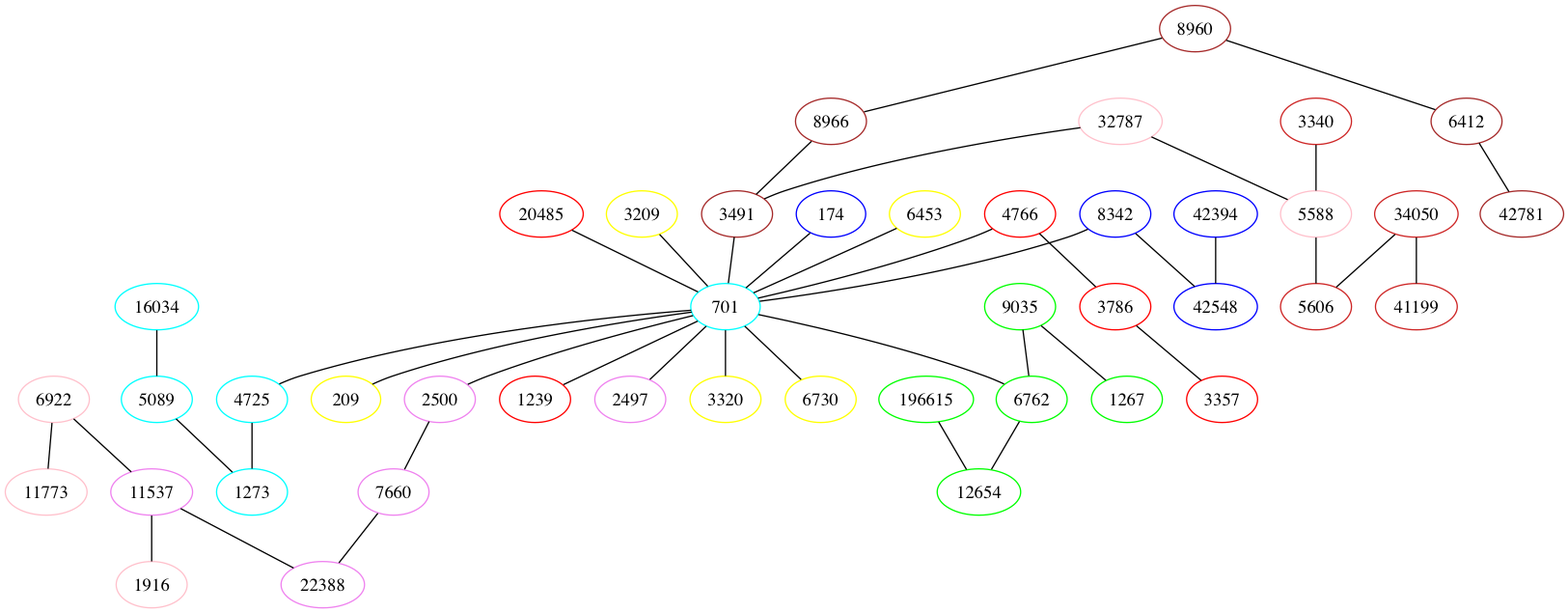
MiliasV/BSc-Thesis keeps this Graphviz diagram as step2/graph.png. Above is the earlier version. Its source is kept beside it as step2/graph.dot. Its diagram source:
```dot
strict graph G {
8960 [color=brown];
34050 [color=firebrick3];
20485 [color=red];
8966 [color=brown];
196615 [color=green];
3209 [color=yellow];
6922 [color=pink];
6412 [color=brown];
11537 [color=violet];
32787 [color=pink];
8342 [color=blue];
42394 [color=blue];
42781 [color=brown];
4766 [color=red];
16034 [color=cyan];
3491 [color=brown];
3786 [color=red];
174 [color=blue];
3357 [color=red];
42548 [color=blue];
6453 [color=yellow];
701 [color=cyan];
2497 [color=violet];
2500 [color=violet];
3340 [color=firebrick3];
6730 [color=yellow];
9035 [color=green];
209 [color=yellow];
5588 [color=pink];
1239 [color=red];
5089 [color=cyan];
5606 [color=firebrick3];
6762 [color=green];
7660 [color=violet];
12654 [color=green];
41199 [color=firebrick3];
1267 [color=green];
22388 [color=violet];
4725 [color=cyan];
3320 [color=yellow];
1273 [color=cyan];
1916 [color=pink];
11773 [color=pink];
8960 -- 6412;
8960 -- 8966;
34050 -- 5606;
34050 -- 41199;
20485 -- 701;
8966 -- 3491;
196615 -- 12654;
3209 -- 701;
6922 -- 11537;
6922 -- 11773;
6412 -- 42781;
11537 -- 1916;
11537 -- 22388;
32787 -- 3491;
32787 -- 5588;
8342 -- 42548;
8342 -- 701;
42394 -- 42548;
4766 -- 3786;
4766 -- 701;
16034 -- 5089;
3491 -- 701;
3786 -- 3357;
174 -- 701;
6453 -- 701;
701 -- 2497;
701 -- 2500;
701 -- 6730;
701 -- 209;
701 -- 1239;
701 -- 3320;
701 -- 6762;
701 -- 4725;
2500 -- 7660;
3340 -- 5588;
9035 -- 6762;
9035 -- 1267;
5588 -- 5606;
5089 -- 1273;
6762 -- 12654;
7660 -- 22388;
4725 -- 1273;
}
```
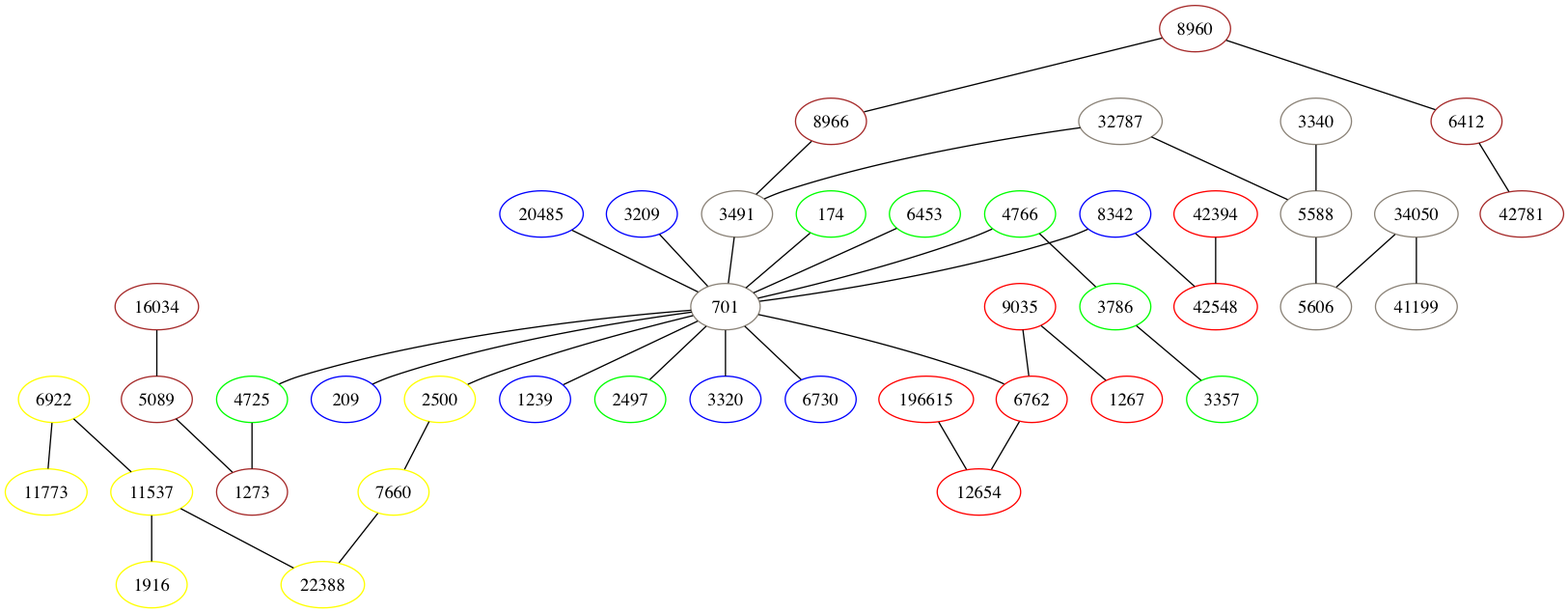
The same diagram one commit later.

What changed in the source:
```diff
@@ -1,47 +1,47 @@
 strict graph G {
 8960 [color=brown];
-34050 [color=firebrick3];
-20485 [color=red];
+34050 [color=antiquewhite4];
+20485 [color=blue];
 8966 [color=brown];
-196615 [color=green];
-3209 [color=yellow];
-6922 [color=pink];
+196615 [color=red];
+3209 [color=blue];
+6922 [color=yellow];
 6412 [color=brown];
-11537 [color=violet];
-32787 [color=pink];
+11537 [color=yellow];
+32787 [color=antiquewhite4];
 8342 [color=blue];
-42394 [color=blue];
+42394 [color=red];
 42781 [color=brown];
-4766 [color=red];
-16034 [color=cyan];
-3491 [color=brown];
-3786 [color=red];
-174 [color=blue];
-3357 [color=red];
-42548 [color=blue];
-6453 [color=yellow];
-701 [color=cyan];
-2497 [color=violet];
-2500 [color=violet];
-3340 [color=firebrick3];
-6730 [color=yellow];
-9035 [color=green];
-209 [color=yellow];
-5588 [color=pink];
-1239 [color=red];
-5089 [color=cyan];
-5606 [color=firebrick3];
-6762 [color=green];
-7660 [color=violet];
-12654 [color=green];
-41199 [color=firebrick3];
-1267 [color=green];
-22388 [color=violet];
-4725 [color=cyan];
-3320 [color=yellow];
-1273 [color=cyan];
-1916 [color=pink];
-11773 [color=pink];
+4766 [color=green];
+16034 [color=brown];
+3491 [color=antiquewhite4];
+3786 [color=green];
+174 [color=green];
+3357 [color=green];
+42548 [color=red];
+6453 [color=green];
+701 [color=antiquewhite4];
+2497 [color=green];
+2500 [color=yellow];
+3340 [color=antiquewhite4];
+6730 [color=blue];
+9035 [color=red];
+209 [color=blue];
+5588 [color=antiquewhite4];
+1239 [color=blue];
+5089 [color=brown];
+5606 [color=antiquewhite4];
+6762 [color=red];
+7660 [color=yellow];
+12654 [color=red];
+41199 [color=antiquewhite4];
+1267 [color=red];
+22388 [color=yellow];
+4725 [color=green];
+3320 [color=blue];
+1273 [color=brown];
+1916 [color=yellow];
+11773 [color=yellow];
 8960 -- 6412;
 8960 -- 8966;
 34050 -- 5606;
```
